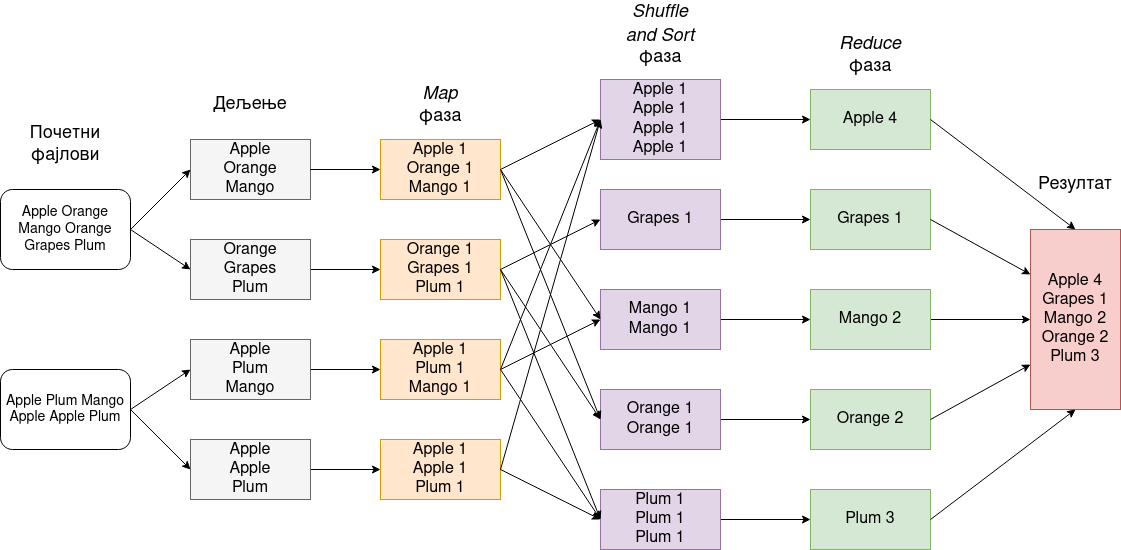
This is thesis_serbian/master-thesis-tex-source/pictures/mr_example_wordcount.png from davgav123/geo-locator, a draw.io export, as it was before one commit. Source tidied: cells renumbered, new cells last; positions are measured from the earlier drawing's top-left corner, leaving out a move shared by most shapes.
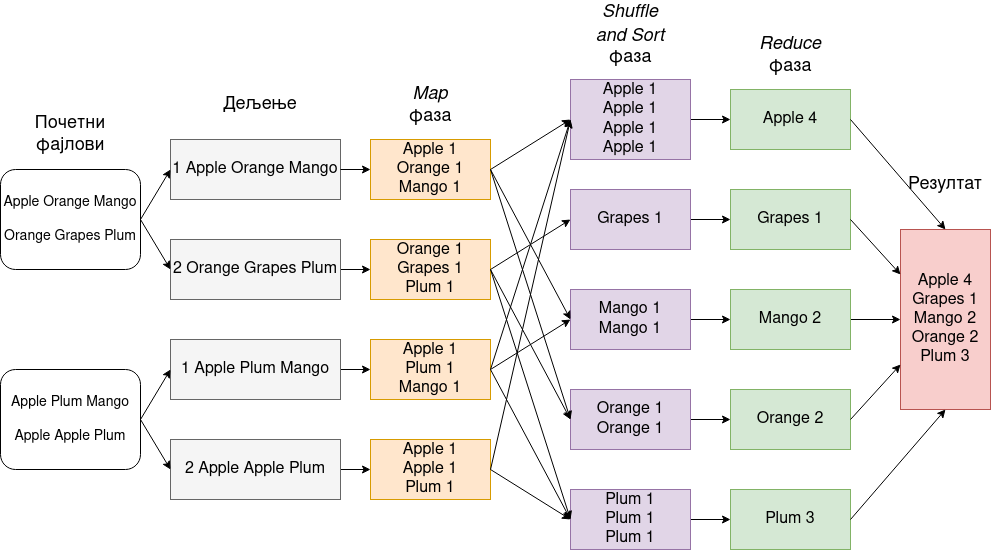
Above is the later version.

The edit, as a diff of the source:
```diff
@@ -5,20 +5,20 @@
     <mxCell id="2" style="edgeStyle=orthogonalEdgeStyle;rounded=0;jettySize=auto;html=1;fontSize=16;" parent="1" edge="1" source="3" target="10">
       <mxGeometry relative="1" as="geometry" />
     </mxCell>
-    <mxCell id="3" value="&lt;div&gt;&lt;font style=&quot;font-size: 16px&quot;&gt;Orange&lt;/font&gt;&lt;/div&gt;&lt;div&gt;&lt;font style=&quot;font-size: 16px&quot;&gt;Grapes&lt;/font&gt;&lt;/div&gt;&lt;div&gt;&lt;font style=&quot;font-size: 16px&quot;&gt;Plum&lt;/font&gt;&lt;/div&gt;" style="rounded=0;whiteSpace=wrap;html=1;fillColor=#f5f5f5;fontColor=#000000;strokeColor=#666666;" parent="1" vertex="1">
-      <mxGeometry x="190" y="220" width="120" height="60" as="geometry" />
+    <mxCell id="3" value="&lt;div&gt;&lt;font style=&quot;font-size: 16px&quot;&gt;2 Orange Grapes Plum&lt;/font&gt;&lt;/div&gt;" style="rounded=0;whiteSpace=wrap;html=1;fillColor=#f5f5f5;fontColor=#000000;strokeColor=#666666;" parent="1" vertex="1">
+      <mxGeometry x="180" y="220" width="170" height="60" as="geometry" />
     </mxCell>
     <mxCell id="4" style="edgeStyle=orthogonalEdgeStyle;rounded=0;jettySize=auto;html=1;fontSize=16;" parent="1" edge="1" source="5" target="13">
       <mxGeometry relative="1" as="geometry" />
     </mxCell>
-    <mxCell id="5" value="&lt;div&gt;&lt;font style=&quot;font-size: 16px&quot;&gt;Apple&lt;/font&gt;&lt;/div&gt;&lt;div&gt;&lt;font style=&quot;font-size: 16px&quot;&gt;Apple&lt;/font&gt;&lt;/div&gt;&lt;div&gt;&lt;font style=&quot;font-size: 16px&quot;&gt;Plum&lt;/font&gt;&lt;/div&gt;" style="rounded=0;whiteSpace=wrap;html=1;fillColor=#f5f5f5;fontColor=#000000;strokeColor=#666666;" parent="1" vertex="1">
-      <mxGeometry x="190" y="420" width="120" height="60" as="geometry" />
+    <mxCell id="5" value="&lt;div&gt;&lt;font style=&quot;font-size: 16px&quot;&gt;2 Apple Apple Plum&lt;/font&gt;&lt;/div&gt;" style="rounded=0;whiteSpace=wrap;html=1;fillColor=#f5f5f5;fontColor=#000000;strokeColor=#666666;" parent="1" vertex="1">
+      <mxGeometry x="180" y="420" width="170" height="60" as="geometry" />
     </mxCell>
     <mxCell id="6" style="edgeStyle=orthogonalEdgeStyle;rounded=0;jettySize=auto;html=1;fontSize=16;" parent="1" edge="1" source="7" target="9">
       <mxGeometry relative="1" as="geometry" />
     </mxCell>
-    <mxCell id="7" value="&lt;div&gt;&lt;font style=&quot;font-size: 16px&quot;&gt;Apple&lt;/font&gt;&lt;/div&gt;&lt;div&gt;&lt;font style=&quot;font-size: 16px&quot;&gt;Plum&lt;/font&gt;&lt;/div&gt;&lt;div&gt;&lt;font style=&quot;font-size: 16px&quot;&gt;Mango&lt;/font&gt;&lt;/div&gt;" style="rounded=0;whiteSpace=wrap;html=1;fillColor=#f5f5f5;fontColor=#000000;strokeColor=#666666;" parent="1" vertex="1">
-      <mxGeometry x="190" y="320" width="120" height="60" as="geometry" />
+    <mxCell id="7" value="&lt;div&gt;&lt;font style=&quot;font-size: 16px&quot;&gt;1 Apple Plum Mango&lt;/font&gt;&lt;/div&gt;" style="rounded=0;whiteSpace=wrap;html=1;fillColor=#f5f5f5;fontColor=#000000;strokeColor=#666666;" parent="1" vertex="1">
+      <mxGeometry x="180" y="320" width="170" height="60" as="geometry" />
     </mxCell>
     <mxCell id="8" value="&lt;div&gt;Apple 1&lt;/div&gt;&lt;div&gt;Orange 1&lt;/div&gt;&lt;div&gt;Mango 1&lt;br&gt;&lt;/div&gt;" style="rounded=0;whiteSpace=wrap;html=1;fontSize=16;fillColor=#ffe6cc;strokeColor=#d79b00;" parent="1" vertex="1">
       <mxGeometry x="380" y="120" width="120" height="60" as="geometry" />
@@ -33,7 +33,7 @@
       <mxGeometry relative="1" as="geometry" />
     </mxCell>
     <mxCell id="12" value="&lt;div&gt;Apple 1&lt;/div&gt;&lt;div&gt;Apple 1&lt;/div&gt;&lt;div&gt;Apple 1&lt;/div&gt;&lt;div&gt;Apple 1&lt;br&gt;&lt;/div&gt;" style="rounded=0;whiteSpace=wrap;html=1;fontSize=16;fillColor=#e1d5e7;strokeColor=#9673a6;" parent="1" vertex="1">
-      <mxGeometry x="600" y="60" width="120" height="80" as="geometry" />
+      <mxGeometry x="580" y="60" width="120" height="80" as="geometry" />
     </mxCell>
     <mxCell id="13" value="&lt;div&gt;Apple 1&lt;/div&gt;&lt;div&gt;Apple 1&lt;/div&gt;&lt;div&gt;Plum 1&lt;br&gt;&lt;/div&gt;" style="rounded=0;whiteSpace=wrap;html=1;fontSize=16;fillColor=#ffe6cc;strokeColor=#d79b00;" parent="1" vertex="1">
       <mxGeometry x="380" y="420" width="120" height="60" as="geometry" />
@@ -42,73 +42,73 @@
       <mxGeometry relative="1" as="geometry" />
     </mxCell>
     <mxCell id="15" value="Grapes 1" style="rounded=0;whiteSpace=wrap;html=1;fontSize=16;fillColor=#e1d5e7;strokeColor=#9673a6;" parent="1" vertex="1">
-      <mxGeometry x="600" y="170" width="120" height="60" as="geometry" />
+      <mxGeometry x="580" y="170" width="120" height="60" as="geometry" />
     </mxCell>
     <mxCell id="16" style="edgeStyle=orthogonalEdgeStyle;rounded=0;jettySize=auto;html=1;fontSize=16;" parent="1" edge="1" source="17" target="26">
       <mxGeometry relative="1" as="geometry" />
     </mxCell>
     <mxCell id="17" value="&lt;div&gt;Mango 1&lt;/div&gt;&lt;div&gt;Mango 1&lt;br&gt;&lt;/div&gt;" style="rounded=0;whiteSpace=wrap;html=1;fontSize=16;fillColor=#e1d5e7;strokeColor=#9673a6;" parent="1" vertex="1">
-      <mxGeometry x="600" y="270" width="120" height="60" as="geometry" />
+      <mxGeometry x="580" y="270" width="120" height="60" as="geometry" />
     </mxCell>
     <mxCell id="18" style="edgeStyle=orthogonalEdgeStyle;rounded=0;jettySize=auto;html=1;fontSize=16;" parent="1" edge="1" source="19" target="27">
       <mxGeometry relative="1" as="geometry" />
     </mxCell>
     <mxCell id="19" value="&lt;div&gt;Orange 1&lt;/div&gt;&lt;div&gt;Orange 1&lt;br&gt;&lt;/div&gt;" style="rounded=0;whiteSpace=wrap;html=1;fontSize=16;fillColor=#e1d5e7;strokeColor=#9673a6;" parent="1" vertex="1">
-      <mxGeometry x="600" y="370" width="120" height="60" as="geometry" />
+      <mxGeometry x="580" y="370" width="120" height="60" as="geometry" />
     </mxCell>
-    <mxCell id="20" value="&lt;div&gt;&lt;font style=&quot;font-size: 16px&quot;&gt;Apple&lt;/font&gt;&lt;/div&gt;&lt;div&gt;&lt;font style=&quot;font-size: 16px&quot;&gt;Orange&lt;/font&gt;&lt;/div&gt;&lt;div&gt;&lt;font style=&quot;font-size: 16px&quot;&gt;Mango&lt;/font&gt;&lt;/div&gt;" style="rounded=0;whiteSpace=wrap;html=1;fillColor=#f5f5f5;fontColor=#000000;strokeColor=#666666;" parent="1" vertex="1">
-      <mxGeometry x="190" y="120" width="120" height="60" as="geometry" />
+    <mxCell id="20" value="&lt;div&gt;&lt;font style=&quot;font-size: 16px&quot;&gt;1 Apple Orange Mango&lt;/font&gt;&lt;/div&gt;" style="rounded=0;whiteSpace=wrap;html=1;fillColor=#f5f5f5;fontColor=#000000;strokeColor=#666666;" parent="1" vertex="1">
+      <mxGeometry x="180" y="120" width="170" height="60" as="geometry" />
     </mxCell>
     <mxCell id="21" style="edgeStyle=orthogonalEdgeStyle;rounded=0;jettySize=auto;html=1;fontSize=16;" parent="1" edge="1" source="22" target="28">
       <mxGeometry relative="1" as="geometry" />
     </mxCell>
     <mxCell id="22" value="&lt;div&gt;Plum 1&lt;/div&gt;&lt;div&gt;Plum 1&lt;/div&gt;&lt;div&gt;Plum 1&lt;br&gt;&lt;/div&gt;" style="rounded=0;whiteSpace=wrap;html=1;fontSize=16;fillColor=#e1d5e7;strokeColor=#9673a6;" parent="1" vertex="1">
-      <mxGeometry x="600" y="470" width="120" height="60" as="geometry" />
+      <mxGeometry x="580" y="470" width="120" height="60" as="geometry" />
     </mxCell>
     <mxCell id="23" value="Apple 4" style="rounded=0;whiteSpace=wrap;html=1;fontSize=16;fillColor=#d5e8d4;strokeColor=#82b366;" parent="1" vertex="1">
-      <mxGeometry x="810" y="70" width="120" height="60" as="geometry" />
+      <mxGeometry x="740" y="70" width="120" height="60" as="geometry" />
     </mxCell>
     <mxCell id="24" value="Grapes 1" style="rounded=0;whiteSpace=wrap;html=1;fontSize=16;fillColor=#d5e8d4;strokeColor=#82b366;" parent="1" vertex="1">
-      <mxGeometry x="810" y="170" width="120" height="60" as="geometry" />
+      <mxGeometry x="740" y="170" width="120" height="60" as="geometry" />
     </mxCell>
     <mxCell id="25" style="edgeStyle=orthogonalEdgeStyle;rounded=0;jettySize=auto;html=1;fontSize=16;" parent="1" edge="1" source="26" target="29">
       <mxGeometry relative="1" as="geometry" />
     </mxCell>
     <mxCell id="26" value="Mango 2" style="rounded=0;whiteSpace=wrap;html=1;fontSize=16;fillColor=#d5e8d4;strokeColor=#82b366;" parent="1" vertex="1">
-      <mxGeometry x="810" y="270" width="120" height="60" as="geometry" />
+      <mxGeometry x="740" y="270" width="120" height="60" as="geometry" />
     </mxCell>
     <mxCell id="27" value="Orange 2" style="rounded=0;whiteSpace=wrap;html=1;fontSize=16;fillColor=#d5e8d4;strokeColor=#82b366;" parent="1" vertex="1">
-      <mxGeometry x="810" y="370" width="120" height="60" as="geometry" />
+      <mxGeometry x="740" y="370" width="120" height="60" as="geometry" />
     </mxCell>
     <mxCell id="28" value="Plum 3" style="rounded=0;whiteSpace=wrap;html=1;fontSize=16;fillColor=#d5e8d4;strokeColor=#82b366;" parent="1" vertex="1">
-      <mxGeometry x="810" y="470" width="120" height="60" as="geometry" />
+      <mxGeometry x="740" y="470" width="120" height="60" as="geometry" />
     </mxCell>
     <mxCell id="29" value="&lt;div&gt;Apple 4&lt;/div&gt;&lt;div&gt;Grapes 1&lt;/div&gt;&lt;div&gt;Mango 2&lt;/div&gt;&lt;div&gt;Orange 2&lt;/div&gt;&lt;div&gt;Plum 3&lt;/div&gt;" style="rounded=0;whiteSpace=wrap;html=1;rotation=0;fontSize=16;fillColor=#f8cecc;strokeColor=#b85450;" parent="1" vertex="1">
-      <mxGeometry x="1030" y="210" width="90" height="180" as="geometry" />
+      <mxGeometry x="910" y="210" width="90" height="180" as="geometry" />
     </mxCell>
     <mxCell id="30" value="Почетни фајлови" style="text;html=1;strokeColor=none;fillColor=none;align=center;verticalAlign=middle;whiteSpace=wrap;rounded=0;fontSize=18;" parent="1" vertex="1">
-      <mxGeometry x="25" y="110" width="80" height="30" as="geometry" />
+      <mxGeometry x="40" y="100" width="80" height="30" as="geometry" />
     </mxCell>
     <mxCell id="31" value="Дељење" style="text;html=1;strokeColor=none;fillColor=none;align=center;verticalAlign=middle;whiteSpace=wrap;rounded=0;fontSize=18;" parent="1" vertex="1">
-      <mxGeometry x="220" y="70" width="60" height="30" as="geometry" />
+      <mxGeometry x="240" y="70" width="60" height="30" as="geometry" />
     </mxCell>
     <mxCell id="32" value="&lt;div&gt;&lt;i&gt;Map&lt;/i&gt; фаза&lt;br&gt;&lt;/div&gt;" style="text;html=1;strokeColor=none;fillColor=none;align=center;verticalAlign=middle;whiteSpace=wrap;rounded=0;fontSize=18;" parent="1" vertex="1">
       <mxGeometry x="410" y="70" width="60" height="30" as="geometry" />
     </mxCell>
     <mxCell id="33" value="&lt;div&gt;&lt;font style=&quot;font-size: 18px;&quot;&gt;&lt;i&gt;Shuffle and Sort &lt;/i&gt;фаза&lt;/font&gt;&lt;/div&gt;" style="text;html=1;strokeColor=none;fillColor=none;align=center;verticalAlign=middle;whiteSpace=wrap;rounded=0;fontSize=18;" parent="1" vertex="1">
-      <mxGeometry x="620" width="80" height="30" as="geometry" />
+      <mxGeometry x="600" width="80" height="30" as="geometry" />
     </mxCell>
     <mxCell id="34" value="&lt;div&gt;&lt;font style=&quot;font-size: 18px;&quot;&gt;&lt;i&gt;Reduce&lt;/i&gt; фаза&lt;/font&gt;&lt;/div&gt;" style="text;html=1;strokeColor=none;fillColor=none;align=center;verticalAlign=middle;whiteSpace=wrap;rounded=0;fontSize=18;" parent="1" vertex="1">
-      <mxGeometry x="840" y="20" width="60" height="30" as="geometry" />
+      <mxGeometry x="770" y="20" width="60" height="30" as="geometry" />
     </mxCell>
     <mxCell id="35" value="Резултат" style="text;html=1;strokeColor=none;fillColor=none;align=center;verticalAlign=middle;whiteSpace=wrap;rounded=0;fontSize=18;" parent="1" vertex="1">
-      <mxGeometry x="1045" y="150" width="60" height="30" as="geometry" />
+      <mxGeometry x="925" y="150" width="60" height="30" as="geometry" />
     </mxCell>
-    <mxCell id="36" value="Apple Orange Mango Orange Grapes Plum" style="rounded=1;whiteSpace=wrap;html=1;fontSize=14;" parent="1" vertex="1">
-      <mxGeometry y="170" width="130" height="80" as="geometry" />
+    <mxCell id="36" value="&lt;div&gt;Apple Orange Mango&lt;/div&gt;&lt;div&gt;&lt;br&gt;&lt;/div&gt;&lt;div&gt;Orange Grapes Plum&lt;/div&gt;" style="rounded=1;whiteSpace=wrap;html=1;fontSize=14;" parent="1" vertex="1">
+      <mxGeometry x="10" y="150" width="140" height="100" as="geometry" />
     </mxCell>
-    <mxCell id="37" value="&lt;div&gt;Apple Plum Mango Apple Apple Plum&lt;br&gt;&lt;/div&gt;" style="rounded=1;whiteSpace=wrap;html=1;fontSize=14;" parent="1" vertex="1">
-      <mxGeometry y="350" width="130" height="80" as="geometry" />
+    <mxCell id="37" value="&lt;div&gt;Apple Plum Mango&lt;/div&gt;&lt;div&gt;&lt;br&gt;&lt;/div&gt;&lt;div&gt;Apple Apple Plum&lt;br&gt;&lt;/div&gt;" style="rounded=1;whiteSpace=wrap;html=1;fontSize=14;" parent="1" vertex="1">
+      <mxGeometry x="10" y="350" width="140" height="100" as="geometry" />
     </mxCell>
     <mxCell id="38" style="endArrow=classic;html=1;rounded=0;fontSize=14;exitX=1;exitY=0.5;exitDx=0;exitDy=0;entryX=0;entryY=0.5;entryDx=0;entryDy=0;" parent="1" edge="1" source="36" target="20">
       <mxGeometry relative="1" as="geometry" />
```
